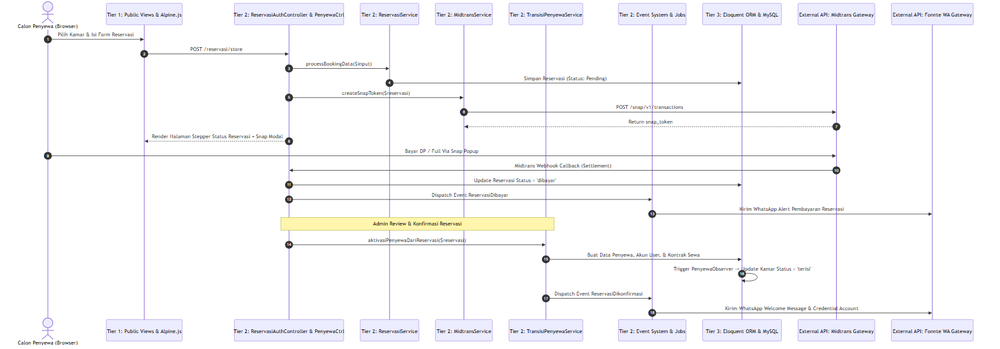
rafifarsyapradiva/asri-boarding-house keeps this Mermaid diagram as Blueprint/component/component_reservasi_sequence.png. Above is the earlier version. Its source is kept beside it as Blueprint/component/component_reservasi_sequence.mmd.
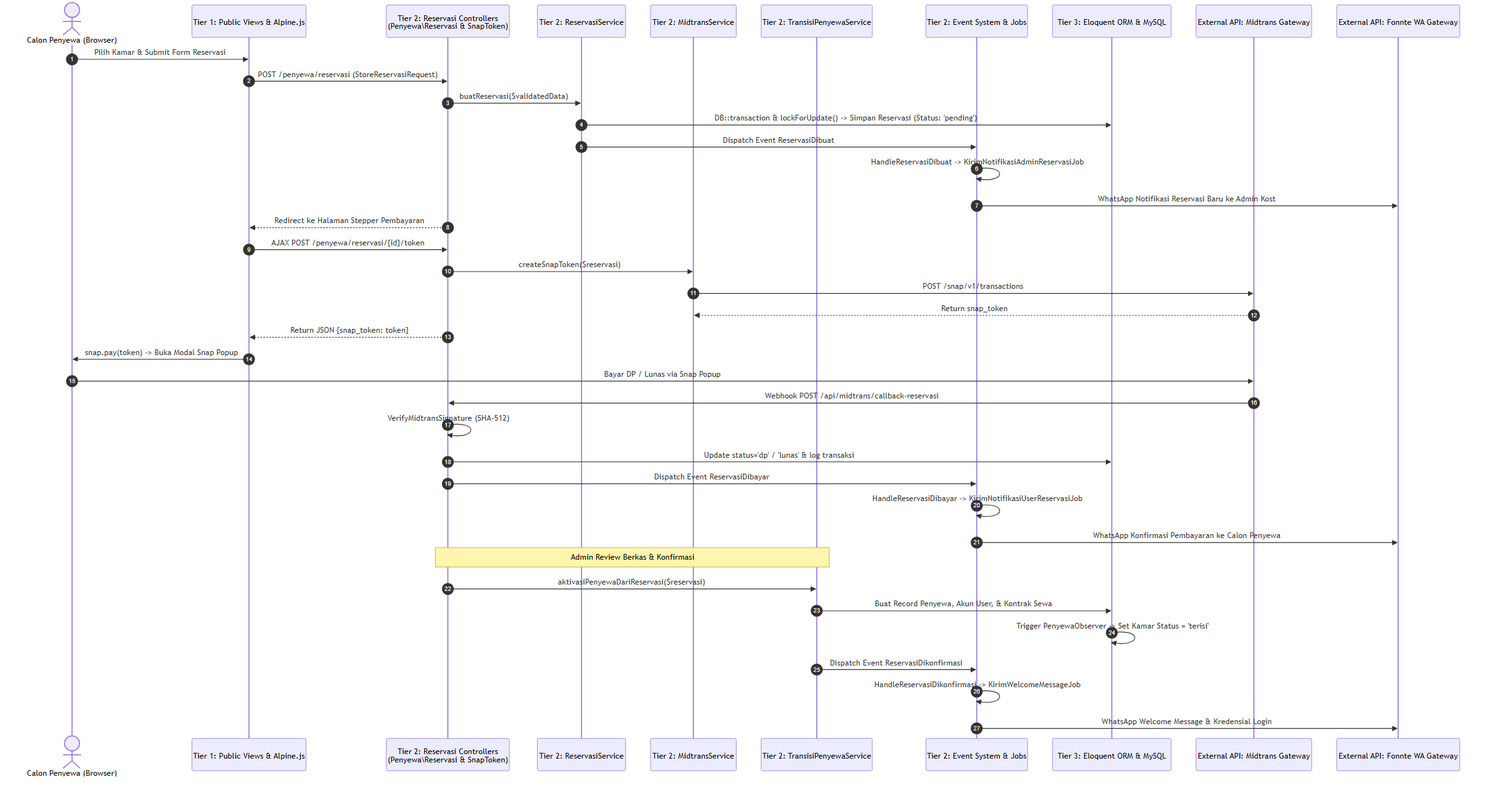
After the change.

Diff of the diagram source:
```diff
@@ -2,7 +2,7 @@
     autonumber
     actor Guest as Calon Penyewa (Browser)
     participant PublicUI as Tier 1: Public Views & Alpine.js
-    participant ReservasiCtrl as Tier 2: ReservasiAuthController & PenyewaCtrl
+    participant ReservasiCtrl as Tier 2: Reservasi Controllers<br/>(Penyewa\Reservasi & SnapToken)
     participant ReservasiServ as Tier 2: ReservasiService
     participant MidtransServ as Tier 2: MidtransService
     participant TransisiServ as Tier 2: TransisiPenyewaService
@@ -11,24 +11,34 @@
     participant Midtrans as External API: Midtrans Gateway
     participant Fonnte as External API: Fonnte WA Gateway
 
-    Guest->>PublicUI: Pilih Kamar & Isi Form Reservasi
-    PublicUI->>ReservasiCtrl: POST /reservasi/store
-    ReservasiCtrl->>ReservasiServ: processBookingData($input)
-    ReservasiServ->>ModelDB: Simpan Reservasi (Status: Pending)
+    Guest->>PublicUI: Pilih Kamar & Submit Form Reservasi
+    PublicUI->>ReservasiCtrl: POST /penyewa/reservasi (StoreReservasiRequest)
+    ReservasiCtrl->>ReservasiServ: buatReservasi($validatedData)
+    ReservasiServ->>ModelDB: DB::transaction & lockForUpdate() -> Simpan Reservasi (Status: 'pending')
+    ReservasiServ->>EventBus: Dispatch Event ReservasiDibuat
+    EventBus->>EventBus: HandleReservasiDibuat -> KirimNotifikasiAdminReservasiJob
+    EventBus->>Fonnte: WhatsApp Notifikasi Reservasi Baru ke Admin Kost
+    ReservasiCtrl-->>PublicUI: Redirect ke Halaman Stepper Pembayaran
+
+    PublicUI->>ReservasiCtrl: AJAX POST /penyewa/reservasi/{id}/token
     ReservasiCtrl->>MidtransServ: createSnapToken($reservasi)
     MidtransServ->>Midtrans: POST /snap/v1/transactions
     Midtrans-->>MidtransServ: Return snap_token
-    ReservasiCtrl-->>PublicUI: Render Halaman Stepper Status Reservasi + Snap Modal
+    ReservasiCtrl-->>PublicUI: Return JSON {snap_token: token}
+    PublicUI->>Guest: snap.pay(token) -> Buka Modal Snap Popup
 
-    Guest->>Midtrans: Bayar DP / Full Via Snap Popup
-    Midtrans->>ReservasiCtrl: Midtrans Webhook Callback (Settlement)
-    ReservasiCtrl->>ModelDB: Update Reservasi Status = 'dibayar'
+    Guest->>Midtrans: Bayar DP / Lunas via Snap Popup
+    Midtrans->>ReservasiCtrl: Webhook POST /api/midtrans/callback-reservasi
+    ReservasiCtrl->>ReservasiCtrl: VerifyMidtransSignature (SHA-512)
+    ReservasiCtrl->>ModelDB: Update status='dp' / 'lunas' & log transaksi
     ReservasiCtrl->>EventBus: Dispatch Event ReservasiDibayar
-    EventBus->>Fonnte: Kirim WhatsApp Alert Pembayaran Reservasi
+    EventBus->>EventBus: HandleReservasiDibayar -> KirimNotifikasiUserReservasiJob
+    EventBus->>Fonnte: WhatsApp Konfirmasi Pembayaran ke Calon Penyewa
 
-    Note over ReservasiCtrl, TransisiServ: Admin Review & Konfirmasi Reservasi
+    Note over ReservasiCtrl, TransisiServ: Admin Review Berkas & Konfirmasi
     ReservasiCtrl->>TransisiServ: aktivasiPenyewaDariReservasi($reservasi)
-    TransisiServ->>ModelDB: Buat Data Penyewa, Akun User, & Kontrak Sewa
-    ModelDB->>ModelDB: Trigger PenyewaObserver -> Update Kamar Status = 'terisi'
+    TransisiServ->>ModelDB: Buat Record Penyewa, Akun User, & Kontrak Sewa
+    ModelDB->>ModelDB: Trigger PenyewaObserver -> Set Kamar Status = 'terisi'
     TransisiServ->>EventBus: Dispatch Event ReservasiDikonfirmasi
-    EventBus->>Fonnte: Kirim WhatsApp Welcome Message & Credential Account
+    EventBus->>EventBus: HandleReservasiDikonfirmasi -> KirimWelcomeMessageJob
+    EventBus->>Fonnte: WhatsApp Welcome Message & Kredensial Login
```
